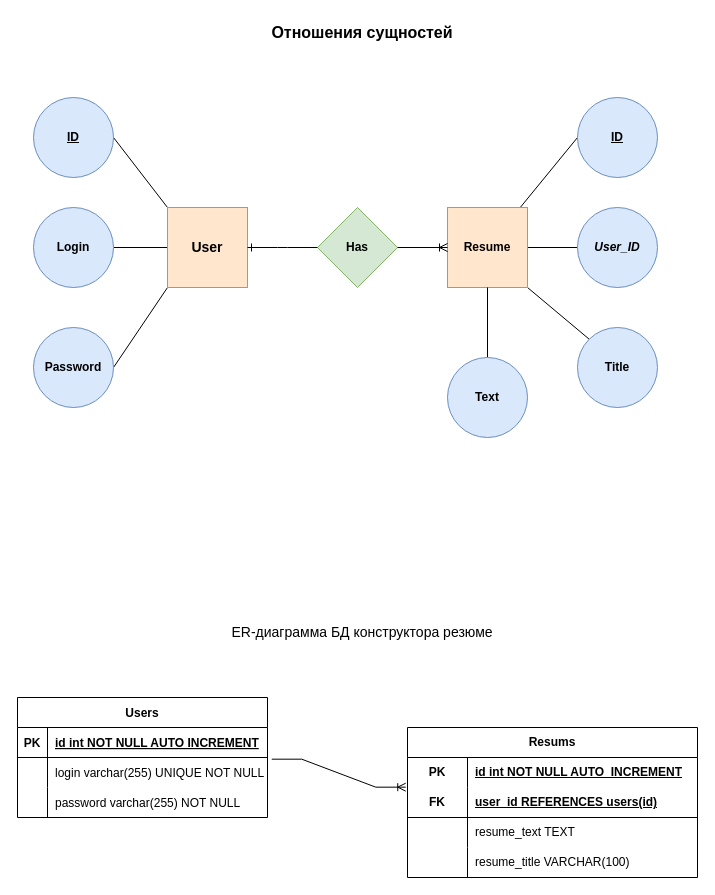
This is experiments/database/dbschema.drawio from she-bear/dplm-resume-builder, a draw.io file, before an edit. Source tidied: cells renumbered, new cells numbered last; positions are measured from the earlier drawing's top-left corner, leaving out a move shared by most shapes. Both pictures are drawn from the tidied source at 100%, with x=0, y=0 at pixel (17, 17).
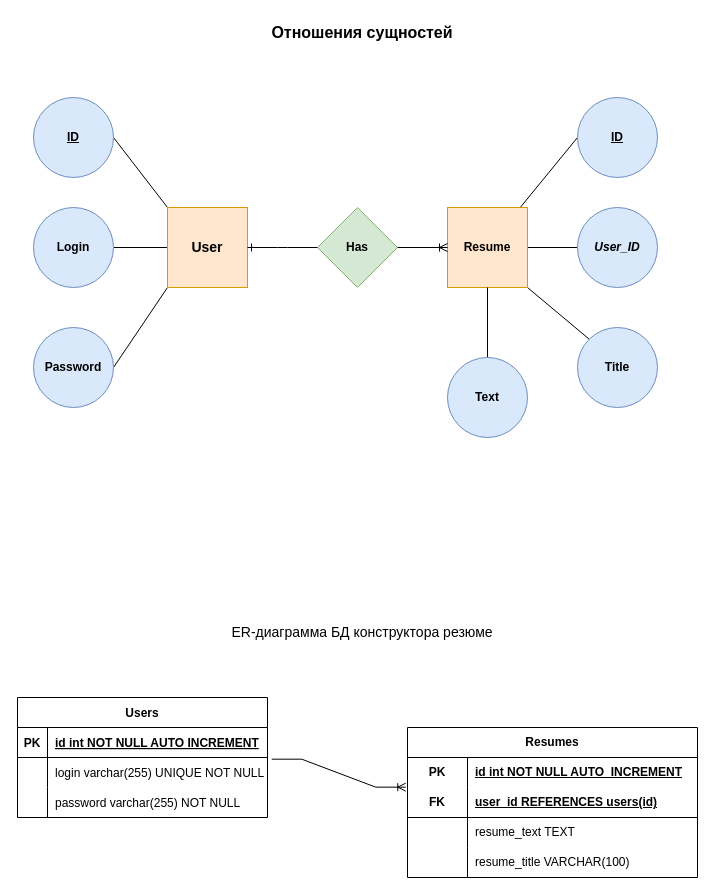
After the change.

Commit message (it also covers changes not shown here):
Исправлена опечатка в pdf

Change to the diagram source:
```diff
@@
-    <mxCell id="12" value="Resums" style="shape=table;startSize=30;childLayout=tableLayout;rowLines=0;fontStyle=1;align=center;html=1;whiteSpace=wrap;" parent="1" vertex="1">
+    <mxCell id="12" value="Resumes" style="shape=table;startSize=30;childLayout=tableLayout;rowLines=0;fontStyle=1;align=center;html=1;whiteSpace=wrap;" parent="1" vertex="1">
       <mxGeometry x="390" y="710" width="290" height="150" as="geometry" />
     </mxCell>
```
